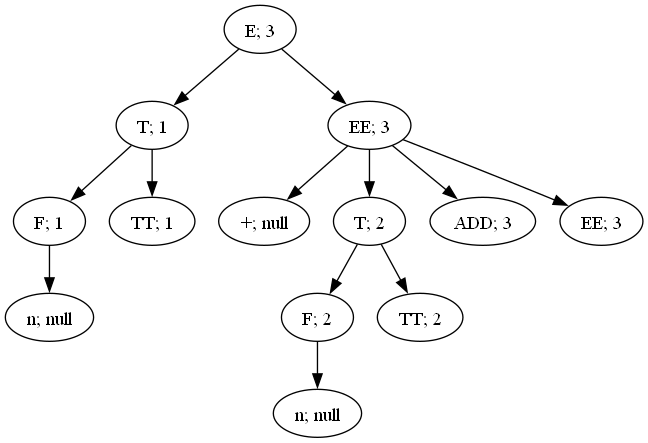
This is lab4/graphA1.png from Ultimatereo/MT, a Graphviz export, as it was before one commit. Its source is kept beside it as lab4/graphA1.dot.
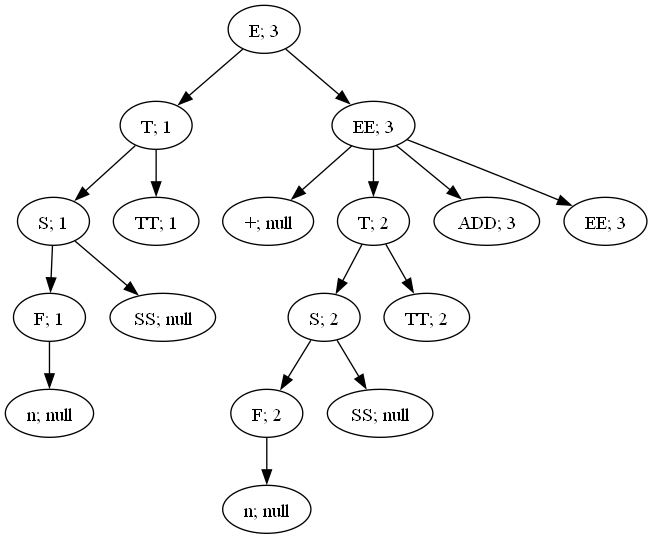
After the change.

What changed in the source:
```diff
@@ -1,39 +1,51 @@
 digraph ParserResult {
-"NonTerminal[name=E]_17" [label="E; 3"]
-"NonTerminal[name=T]_8" [label="T; 1"]
-"NonTerminal[name=E]_17"->"NonTerminal[name=T]_8";
-"NonTerminal[name=T]_8" [label="T; 1"]
-"NonTerminal[name=F]_6" [label="F; 1"]
-"NonTerminal[name=T]_8"->"NonTerminal[name=F]_6";
-"NonTerminal[name=F]_6" [label="F; 1"]
-"Token{name='n', value='1'}_5" [label="n; null"]
-"NonTerminal[name=F]_6"->"Token{name='n', value='1'}_5";
-"Token{name='n', value='1'}_5" [label="n; null"]
-"NonTerminal[name=TT]_7" [label="TT; 1"]
-"NonTerminal[name=T]_8"->"NonTerminal[name=TT]_7";
-"NonTerminal[name=TT]_7" [label="TT; 1"]
-"NonTerminal[name=EE]_16" [label="EE; 3"]
-"NonTerminal[name=E]_17"->"NonTerminal[name=EE]_16";
-"NonTerminal[name=EE]_16" [label="EE; 3"]
-"Token{name='+', value='+'}_9" [label="+; null"]
-"NonTerminal[name=EE]_16"->"Token{name='+', value='+'}_9";
-"Token{name='+', value='+'}_9" [label="+; null"]
-"NonTerminal[name=T]_13" [label="T; 2"]
-"NonTerminal[name=EE]_16"->"NonTerminal[name=T]_13";
-"NonTerminal[name=T]_13" [label="T; 2"]
-"NonTerminal[name=F]_11" [label="F; 2"]
-"NonTerminal[name=T]_13"->"NonTerminal[name=F]_11";
-"NonTerminal[name=F]_11" [label="F; 2"]
-"Token{name='n', value='2'}_10" [label="n; null"]
-"NonTerminal[name=F]_11"->"Token{name='n', value='2'}_10";
-"Token{name='n', value='2'}_10" [label="n; null"]
-"NonTerminal[name=TT]_12" [label="TT; 2"]
-"NonTerminal[name=T]_13"->"NonTerminal[name=TT]_12";
-"NonTerminal[name=TT]_12" [label="TT; 2"]
-"NonTerminal[name=ADD]_14" [label="ADD; 3"]
-"NonTerminal[name=EE]_16"->"NonTerminal[name=ADD]_14";
-"NonTerminal[name=ADD]_14" [label="ADD; 3"]
-"NonTerminal[name=EE]_15" [label="EE; 3"]
-"NonTerminal[name=EE]_16"->"NonTerminal[name=EE]_15";
-"NonTerminal[name=EE]_15" [label="EE; 3"]
+"NonTerminal[name=E]_23" [label="E; 3"]
+"NonTerminal[name=T]_12" [label="T; 1"]
+"NonTerminal[name=E]_23"->"NonTerminal[name=T]_12";
+"NonTerminal[name=T]_12" [label="T; 1"]
+"NonTerminal[name=S]_10" [label="S; 1"]
+"NonTerminal[name=T]_12"->"NonTerminal[name=S]_10";
+"NonTerminal[name=S]_10" [label="S; 1"]
+"NonTerminal[name=F]_8" [label="F; 1"]
+"NonTerminal[name=S]_10"->"NonTerminal[name=F]_8";
+"NonTerminal[name=F]_8" [label="F; 1"]
+"Token{name='n', value='1'}_7" [label="n; null"]
+"NonTerminal[name=F]_8"->"Token{name='n', value='1'}_7";
+"Token{name='n', value='1'}_7" [label="n; null"]
+"NonTerminal[name=SS]_9" [label="SS; null"]
+"NonTerminal[name=S]_10"->"NonTerminal[name=SS]_9";
+"NonTerminal[name=SS]_9" [label="SS; null"]
+"NonTerminal[name=TT]_11" [label="TT; 1"]
+"NonTerminal[name=T]_12"->"NonTerminal[name=TT]_11";
+"NonTerminal[name=TT]_11" [label="TT; 1"]
+"NonTerminal[name=EE]_22" [label="EE; 3"]
+"NonTerminal[name=E]_23"->"NonTerminal[name=EE]_22";
+"NonTerminal[name=EE]_22" [label="EE; 3"]
+"Token{name='+', value='+'}_13" [label="+; null"]
+"NonTerminal[name=EE]_22"->"Token{name='+', value='+'}_13";
+"Token{name='+', value='+'}_13" [label="+; null"]
+"NonTerminal[name=T]_19" [label="T; 2"]
+"NonTerminal[name=EE]_22"->"NonTerminal[name=T]_19";
+"NonTerminal[name=T]_19" [label="T; 2"]
+"NonTerminal[name=S]_17" [label="S; 2"]
+"NonTerminal[name=T]_19"->"NonTerminal[name=S]_17";
+"NonTerminal[name=S]_17" [label="S; 2"]
+"NonTerminal[name=F]_15" [label="F; 2"]
+"NonTerminal[name=S]_17"->"NonTerminal[name=F]_15";
+"NonTerminal[name=F]_15" [label="F; 2"]
+"Token{name='n', value='2'}_14" [label="n; null"]
+"NonTerminal[name=F]_15"->"Token{name='n', value='2'}_14";
+"Token{name='n', value='2'}_14" [label="n; null"]
+"NonTerminal[name=SS]_16" [label="SS; null"]
+"NonTerminal[name=S]_17"->"NonTerminal[name=SS]_16";
+"NonTerminal[name=SS]_16" [label="SS; null"]
+"NonTerminal[name=TT]_18" [label="TT; 2"]
+"NonTerminal[name=T]_19"->"NonTerminal[name=TT]_18";
+"NonTerminal[name=TT]_18" [label="TT; 2"]
+"NonTerminal[name=ADD]_20" [label="ADD; 3"]
+"NonTerminal[name=EE]_22"->"NonTerminal[name=ADD]_20";
+"NonTerminal[name=ADD]_20" [label="ADD; 3"]
+"NonTerminal[name=EE]_21" [label="EE; 3"]
+"NonTerminal[name=EE]_22"->"NonTerminal[name=EE]_21";
+"NonTerminal[name=EE]_21" [label="EE; 3"]
 }
```
